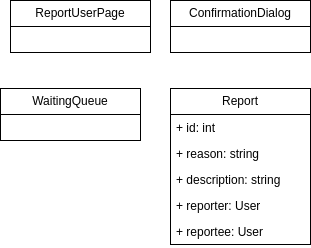
Earlier version of the draw.io export reports/report-user-domain.drawio.png (YannisRavasopoulos/ProjectSD_S6). Source tidied: cells renumbered, new cells last; positions are measured from the earlier drawing's top-left corner, leaving out a move shared by most shapes.
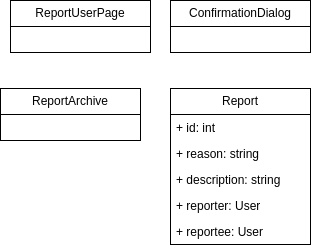
The same diagram one commit later.

The edit, as a diff of the source:
```diff
@@ -26,7 +26,7 @@
     <mxCell id="9" value="+ reportee: User" style="text;strokeColor=none;fillColor=none;align=left;verticalAlign=top;spacingLeft=4;spacingRight=4;overflow=hidden;whiteSpace=wrap;html=1;" parent="4" vertex="1">
       <mxGeometry y="130" width="140" height="26" as="geometry" />
     </mxCell>
-    <mxCell id="10" value="WaitingQueue" style="swimlane;fontStyle=0;horizontal=1;startSize=26;fillColor=none;whiteSpace=wrap;html=1;" parent="1" vertex="1">
+    <mxCell id="10" value="ReportArchive" style="swimlane;fontStyle=0;horizontal=1;startSize=26;fillColor=none;whiteSpace=wrap;html=1;" parent="1" vertex="1">
       <mxGeometry y="88" width="140" height="52" as="geometry" />
     </mxCell>
   </root>
```
